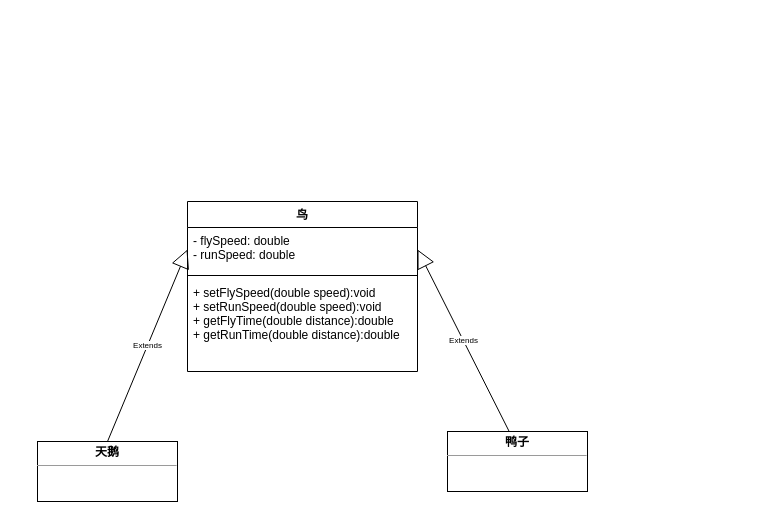
Above: 设计模式/里氏代换.drawio in xiaoguokf/draw.io (draw.io), before the change. Source tidied: cells renumbered, new cells numbered last; positions are measured from the earlier drawing's top-left corner, leaving out a move shared by most shapes. Both pictures are drawn from the tidied source at 100%, with x=0, y=0 at pixel (37, 201).
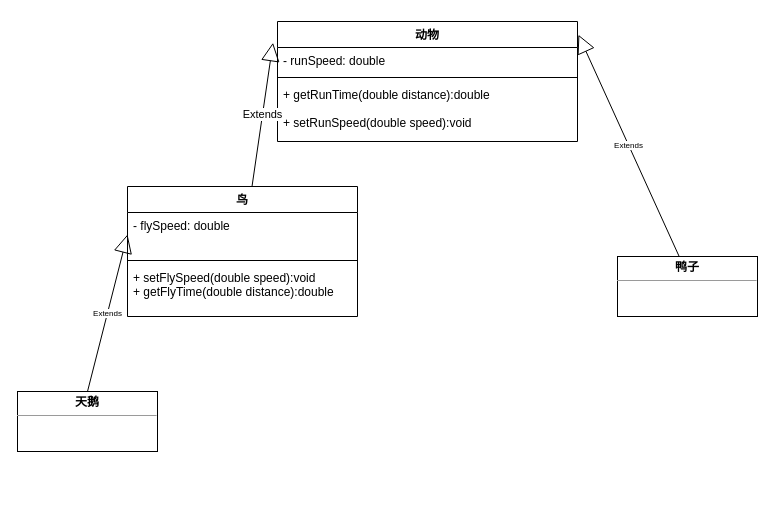
After the change.

Commit message:
更新里氏代换.drawio

Change to the diagram source:
```diff
@@
 <mxGraphModel>
   <root>
     <mxCell id="0" />
     <mxCell id="1" parent="0" />
     <mxCell id="2" value="鸟" style="swimlane;fontStyle=1;align=center;verticalAlign=top;horizontal=1;startSize=26;" parent="1" vertex="1">
-      <mxGeometry x="150" width="230" height="170" as="geometry" />
+      <mxGeometry x="90" y="-15" width="230" height="130" as="geometry" />
     </mxCell>
-    <mxCell id="3" value="- flySpeed: double&#10;- runSpeed: double" style="text;strokeColor=none;fillColor=none;align=left;verticalAlign=top;spacingLeft=4;spacingRight=4;overflow=hidden;points=[[0,0.5],[1,0.5]];portConstraint=eastwest;" parent="2" vertex="1">
+    <mxCell id="3" value="- flySpeed: double" style="text;strokeColor=none;fillColor=none;align=left;verticalAlign=top;spacingLeft=4;spacingRight=4;overflow=hidden;points=[[0,0.5],[1,0.5]];portConstraint=eastwest;" parent="2" vertex="1">
       <mxGeometry y="26" width="230" height="44" as="geometry" />
     </mxCell>
     <mxCell id="4" style="line;strokeWidth=1;fillColor=none;align=left;verticalAlign=middle;spacingTop=-1;spacingLeft=3;spacingRight=3;labelPosition=right;strokeColor=inherit;" parent="2" vertex="1">
       <mxGeometry y="70" width="230" height="8" as="geometry" />
     </mxCell>
-    <mxCell id="5" value="+ setFlySpeed(double speed):void&#10;+ setRunSpeed(double speed):void&#10;+ getFlyTime(double distance):double&#10;+ getRunTime(double distance):double" style="text;strokeColor=none;fillColor=none;align=left;verticalAlign=top;spacingLeft=4;spacingRight=4;overflow=hidden;" parent="2" vertex="1">
-      <mxGeometry y="78" width="230" height="92" as="geometry" />
+    <mxCell id="5" value="+ setFlySpeed(double speed):void&#10;+ getFlyTime(double distance):double&#10;" style="text;strokeColor=none;fillColor=none;align=left;verticalAlign=top;spacingLeft=4;spacingRight=4;overflow=hidden;" parent="2" vertex="1">
+      <mxGeometry y="78" width="230" height="52" as="geometry" />
     </mxCell>
     <mxCell id="6" value="&lt;p style=&quot;margin:0px;margin-top:4px;text-align:center;&quot;&gt;&lt;b&gt;天鹅&lt;/b&gt;&lt;/p&gt;&lt;hr size=&quot;1&quot;&gt;&lt;div style=&quot;height:2px;&quot;&gt;&lt;/div&gt;" style="verticalAlign=top;align=left;overflow=fill;fontSize=12;fontFamily=Helvetica;html=1;" parent="1" vertex="1">
-      <mxGeometry y="240" width="140" height="60" as="geometry" />
+      <mxGeometry x="-20" y="190" width="140" height="60" as="geometry" />
     </mxCell>
     <mxCell id="7" value="&lt;p style=&quot;margin:0px;margin-top:4px;text-align:center;&quot;&gt;&lt;b&gt;鸭子&lt;/b&gt;&lt;/p&gt;&lt;hr size=&quot;1&quot;&gt;&lt;div style=&quot;height:2px;&quot;&gt;&lt;/div&gt;" style="verticalAlign=top;align=left;overflow=fill;fontSize=12;fontFamily=Helvetica;html=1;" parent="1" vertex="1">
-      <mxGeometry x="410" y="230" width="140" height="60" as="geometry" />
+      <mxGeometry x="580" y="55" width="140" height="60" as="geometry" />
     </mxCell>
     <mxCell id="8" value="Extends" style="endArrow=block;endSize=16;endFill=0;html=1;rounded=0;fontSize=8;exitX=0.5;exitY=0;exitDx=0;exitDy=0;entryX=0;entryY=0.5;entryDx=0;entryDy=0;" parent="1" edge="1" source="6" target="3">
       <mxGeometry relative="1" as="geometry" />
     </mxCell>
-    <mxCell id="9" value="Extends" style="endArrow=block;endSize=16;endFill=0;html=1;rounded=0;fontSize=8;exitX=0.44;exitY=-0.003;exitDx=0;exitDy=0;exitPerimeter=0;entryX=1;entryY=0.5;entryDx=0;entryDy=0;" parent="1" edge="1" source="7" target="3">
+    <mxCell id="9" value="Extends" style="endArrow=block;endSize=16;endFill=0;html=1;rounded=0;fontSize=8;exitX=0.44;exitY=-0.003;exitDx=0;exitDy=0;exitPerimeter=0;entryX=1.003;entryY=0.11;entryDx=0;entryDy=0;entryPerimeter=0;" parent="1" edge="1" source="7" target="10">
       <mxGeometry relative="1" as="geometry" />
     </mxCell>
+    <mxCell id="10" value="动物" style="swimlane;fontStyle=1;align=center;verticalAlign=top;horizontal=1;startSize=26;" parent="1" vertex="1">
+      <mxGeometry x="240" y="-180" width="300" height="120" as="geometry" />
+    </mxCell>
+    <mxCell id="11" value="- runSpeed: double" style="text;strokeColor=none;fillColor=none;align=left;verticalAlign=top;spacingLeft=4;spacingRight=4;overflow=hidden;" parent="10" vertex="1">
+      <mxGeometry y="26" width="300" height="26" as="geometry" />
+    </mxCell>
+    <mxCell id="12" style="line;strokeWidth=1;fillColor=none;align=left;verticalAlign=middle;spacingTop=-1;spacingLeft=3;spacingRight=3;labelPosition=right;strokeColor=inherit;" parent="10" vertex="1">
+      <mxGeometry y="52" width="300" height="8" as="geometry" />
+    </mxCell>
+    <mxCell id="13" value="+ getRunTime(double distance):double&#10;&#10;+ setRunSpeed(double speed):void" style="text;strokeColor=none;fillColor=none;align=left;verticalAlign=top;spacingLeft=4;spacingRight=4;overflow=hidden;" parent="10" vertex="1">
+      <mxGeometry y="60" width="300" height="60" as="geometry" />
+    </mxCell>
+    <mxCell id="14" value="Extends" style="endArrow=block;endSize=16;endFill=0;html=1;rounded=0;entryX=-0.015;entryY=0.177;entryDx=0;entryDy=0;entryPerimeter=0;" parent="1" edge="1" source="2" target="10">
+      <mxGeometry relative="1" as="geometry" />
+    </mxCell>
   </root>
 </mxGraphModel>
```
